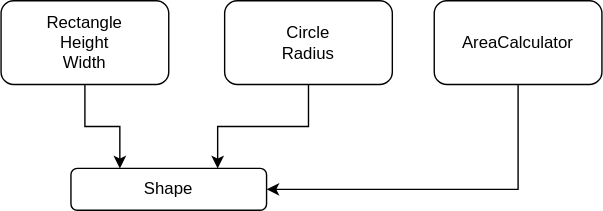
Above: docs/Part1/InformationHiding/ClassDependency.drawio.svg in taowen/modularization-examples (draw.io), before the change. Source tidied: cells renumbered, new cells last; positions are measured from the earlier drawing's top-left corner, leaving out a move shared by most shapes.
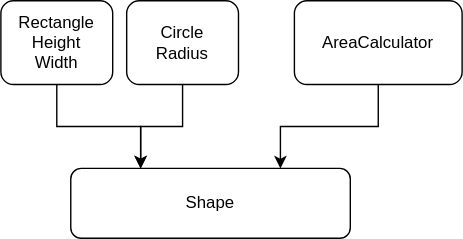
Above is the later version.

The edit, as a diff of the source:
```diff
@@ -6,22 +6,22 @@
       <mxGeometry relative="1" as="geometry" />
     </mxCell>
     <mxCell id="3" value="Rectangle&lt;br&gt;Height&lt;br&gt;Width" style="rounded=1;whiteSpace=wrap;html=1;" parent="1" vertex="1">
-      <mxGeometry width="120" height="60" as="geometry" />
+      <mxGeometry width="80" height="60" as="geometry" />
     </mxCell>
-    <mxCell id="4" style="edgeStyle=orthogonalEdgeStyle;rounded=0;jettySize=auto;html=1;exitX=0.5;exitY=1;exitDx=0;exitDy=0;entryX=0.75;entryY=0;entryDx=0;entryDy=0;" parent="1" edge="1" source="5" target="6">
+    <mxCell id="4" style="edgeStyle=orthogonalEdgeStyle;rounded=0;jettySize=auto;html=1;exitX=0.5;exitY=1;exitDx=0;exitDy=0;entryX=0.25;entryY=0;entryDx=0;entryDy=0;" parent="1" edge="1" source="5" target="6">
       <mxGeometry relative="1" as="geometry" />
     </mxCell>
     <mxCell id="5" value="Circle&lt;br&gt;Radius" style="rounded=1;whiteSpace=wrap;html=1;" parent="1" vertex="1">
-      <mxGeometry x="160" width="120" height="60" as="geometry" />
+      <mxGeometry x="90" width="80" height="60" as="geometry" />
     </mxCell>
     <mxCell id="6" value="Shape" style="rounded=1;whiteSpace=wrap;html=1;" parent="1" vertex="1">
-      <mxGeometry x="50" y="120" width="140" height="30" as="geometry" />
+      <mxGeometry x="50" y="120" width="200" height="50" as="geometry" />
     </mxCell>
-    <mxCell id="7" style="edgeStyle=orthogonalEdgeStyle;rounded=0;jettySize=auto;html=1;exitX=0.5;exitY=1;exitDx=0;exitDy=0;entryX=1;entryY=0.5;entryDx=0;entryDy=0;" parent="1" edge="1" source="8" target="6">
+    <mxCell id="7" style="edgeStyle=orthogonalEdgeStyle;rounded=0;jettySize=auto;html=1;exitX=0.5;exitY=1;exitDx=0;exitDy=0;entryX=0.75;entryY=0;entryDx=0;entryDy=0;" parent="1" edge="1" source="8" target="6">
       <mxGeometry relative="1" as="geometry" />
     </mxCell>
     <mxCell id="8" value="AreaCalculator" style="rounded=1;whiteSpace=wrap;html=1;" parent="1" vertex="1">
-      <mxGeometry x="310" width="120" height="60" as="geometry" />
+      <mxGeometry x="210" width="120" height="60" as="geometry" />
     </mxCell>
   </root>
 </mxGraphModel>
```
